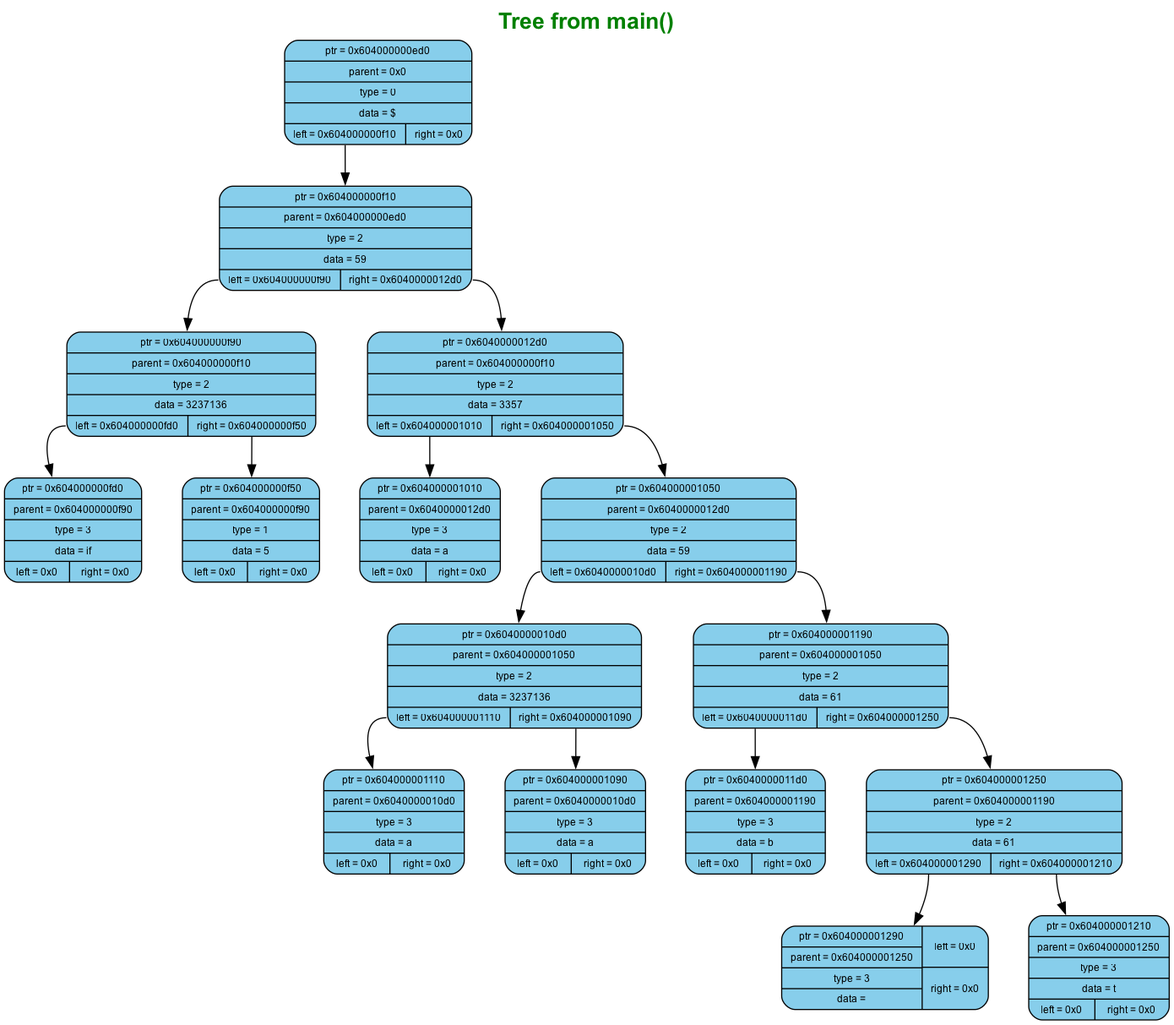
murugov/Language keeps this Graphviz diagram as reports/trees/tree0/tree.dot.png. Above is the earlier version. Its source is kept beside it as reports/trees/tree0/tree.dot.
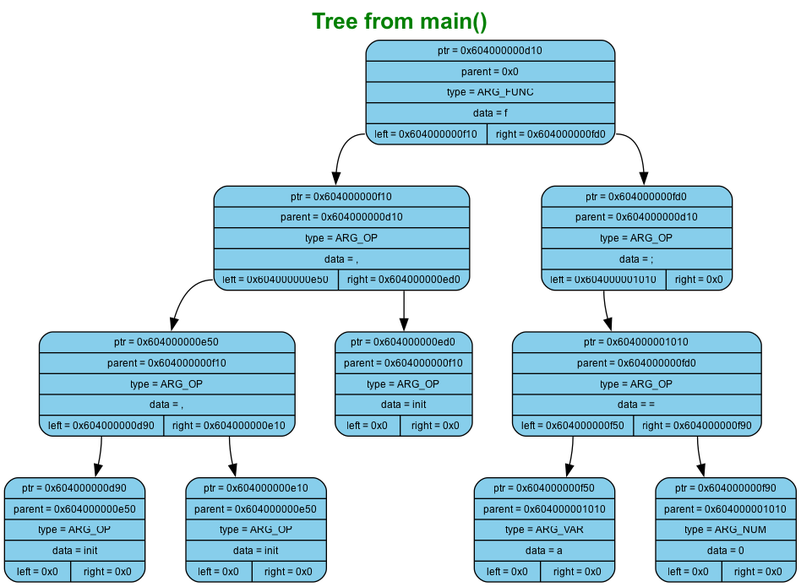
After the commit.

What changed in the source:
```diff
@@ -11,35 +11,23 @@
 	ranksep=0.5;
 	node[fontsize=9, shape=box, width=0.7, height=0.4, style="filled, rounded", fontname="Arial"];
 
-	n0 [shape=record, label="{ptr = 0x604000000ed0 | parent = 0x0 | type = 0 | data = $ | {<left> left = 0x604000000f10 | <right> right = 0x0}}", fillcolor="#87CEEB", color="black"]
-	n1 [shape=record, label="{ptr = 0x604000000f10 | parent = 0x604000000ed0 | type = 2 | data = 59 | {<left> left = 0x604000000f90 | <right> right = 0x6040000012d0}}", fillcolor="#87CEEB", color="black"]
+	n0 [shape=record, label="{ptr = 0x604000000d10 | parent = 0x0 | type = ARG_FUNC | data = f | {<left> left = 0x604000000f10 | <right> right = 0x604000000fd0}}", fillcolor="#87CEEB", color="black"]
+	n1 [shape=record, label="{ptr = 0x604000000f10 | parent = 0x604000000d10 | type = ARG_OP | data = , | {<left> left = 0x604000000e50 | <right> right = 0x604000000ed0}}", fillcolor="#87CEEB", color="black"]
 	n0:left -> n1
-	n2 [shape=record, label="{ptr = 0x604000000f90 | parent = 0x604000000f10 | type = 2 | data = 3237136 | {<left> left = 0x604000000fd0 | <right> right = 0x604000000f50}}", fillcolor="#87CEEB", color="black"]
-	n1:left -> n2
-	n3 [shape=record, label="{ptr = 0x6040000012d0 | parent = 0x604000000f10 | type = 2 | data = 3357 | {<left> left = 0x604000001010 | <right> right = 0x604000001050}}", fillcolor="#87CEEB", color="black"]
-	n1:right -> n3
-	n4 [shape=record, label="{ptr = 0x604000001010 | parent = 0x6040000012d0 | type = 3 | data = a | {<left> left = 0x0 | <right> right = 0x0}}", fillcolor="#87CEEB", color="black"]
+	n2 [shape=record, label="{ptr = 0x604000000fd0 | parent = 0x604000000d10 | type = ARG_OP | data = ; | {<left> left = 0x604000001010 | <right> right = 0x0}}", fillcolor="#87CEEB", color="black"]
+	n0:right -> n2
+	n3 [shape=record, label="{ptr = 0x604000001010 | parent = 0x604000000fd0 | type = ARG_OP | data = = | {<left> left = 0x604000000f50 | <right> right = 0x604000000f90}}", fillcolor="#87CEEB", color="black"]
+	n2:left -> n3
+	n4 [shape=record, label="{ptr = 0x604000000f50 | parent = 0x604000001010 | type = ARG_VAR | data = a | {<left> left = 0x0 | <right> right = 0x0}}", fillcolor="#87CEEB", color="black"]
 	n3:left -> n4
-	n5 [shape=record, label="{ptr = 0x604000001050 | parent = 0x6040000012d0 | type = 2 | data = 59 | {<left> left = 0x6040000010d0 | <right> right = 0x604000001190}}", fillcolor="#87CEEB", color="black"]
+	n5 [shape=record, label="{ptr = 0x604000000f90 | parent = 0x604000001010 | type = ARG_NUM | data = 0 | {<left> left = 0x0 | <right> right = 0x0}}", fillcolor="#87CEEB", color="black"]
 	n3:right -> n5
-	n6 [shape=record, label="{ptr = 0x6040000010d0 | parent = 0x604000001050 | type = 2 | data = 3237136 | {<left> left = 0x604000001110 | <right> right = 0x604000001090}}", fillcolor="#87CEEB", color="black"]
-	n5:left -> n6
-	n7 [shape=record, label="{ptr = 0x604000001190 | parent = 0x604000001050 | type = 2 | data = 61 | {<left> left = 0x6040000011d0 | <right> right = 0x604000001250}}", fillcolor="#87CEEB", color="black"]
-	n5:right -> n7
-	n8 [shape=record, label="{ptr = 0x6040000011d0 | parent = 0x604000001190 | type = 3 | data = b | {<left> left = 0x0 | <right> right = 0x0}}", fillcolor="#87CEEB", color="black"]
-	n7:left -> n8
-	n9 [shape=record, label="{ptr = 0x604000001250 | parent = 0x604000001190 | type = 2 | data = 61 | {<left> left = 0x604000001290 | <right> right = 0x604000001210}}", fillcolor="#87CEEB", color="black"]
-	n7:right -> n9
-	n10 [shape=record, label="{ptr = 0x604000001290 | parent = 0x604000001250 | type = 3 | data = } | {<left> left = 0x0 | <right> right = 0x0}}", fillcolor="#87CEEB", color="black"]
-	n9:left -> n10
-	n11 [shape=record, label="{ptr = 0x604000001210 | parent = 0x604000001250 | type = 3 | data = t | {<left> left = 0x0 | <right> right = 0x0}}", fillcolor="#87CEEB", color="black"]
-	n9:right -> n11
-	n12 [shape=record, label="{ptr = 0x604000001110 | parent = 0x6040000010d0 | type = 3 | data = a | {<left> left = 0x0 | <right> right = 0x0}}", fillcolor="#87CEEB", color="black"]
-	n6:left -> n12
-	n13 [shape=record, label="{ptr = 0x604000001090 | parent = 0x6040000010d0 | type = 3 | data = a | {<left> left = 0x0 | <right> right = 0x0}}", fillcolor="#87CEEB", color="black"]
-	n6:right -> n13
-	n14 [shape=record, label="{ptr = 0x604000000fd0 | parent = 0x604000000f90 | type = 3 | data = if | {<left> left = 0x0 | <right> right = 0x0}}", fillcolor="#87CEEB", color="black"]
-	n2:left -> n14
-	n15 [shape=record, label="{ptr = 0x604000000f50 | parent = 0x604000000f90 | type = 1 | data = 5 | {<left> left = 0x0 | <right> right = 0x0}}", fillcolor="#87CEEB", color="black"]
-	n2:right -> n15
+	n6 [shape=record, label="{ptr = 0x604000000e50 | parent = 0x604000000f10 | type = ARG_OP | data = , | {<left> left = 0x604000000d90 | <right> right = 0x604000000e10}}", fillcolor="#87CEEB", color="black"]
+	n1:left -> n6
+	n7 [shape=record, label="{ptr = 0x604000000ed0 | parent = 0x604000000f10 | type = ARG_OP | data = init | {<left> left = 0x0 | <right> right = 0x0}}", fillcolor="#87CEEB", color="black"]
+	n1:right -> n7
+	n8 [shape=record, label="{ptr = 0x604000000d90 | parent = 0x604000000e50 | type = ARG_OP | data = init | {<left> left = 0x0 | <right> right = 0x0}}", fillcolor="#87CEEB", color="black"]
+	n6:left -> n8
+	n9 [shape=record, label="{ptr = 0x604000000e10 | parent = 0x604000000e50 | type = ARG_OP | data = init | {<left> left = 0x0 | <right> right = 0x0}}", fillcolor="#87CEEB", color="black"]
+	n6:right -> n9
 }
```
